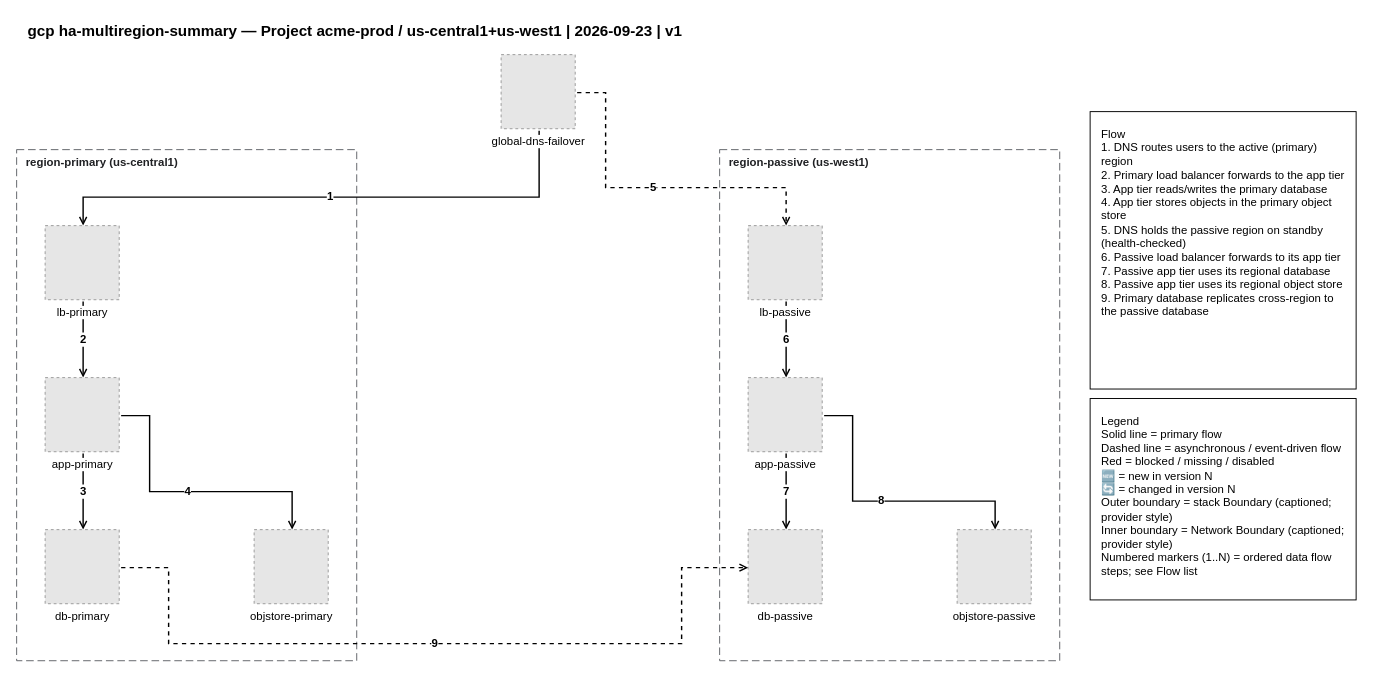
Earlier version of the draw.io diagram examples/gcp/02-gcp-ha-multiregion-summary.drawio (totoshko88/Cloud_Architecture). Source tidied: cells renumbered, new cells numbered last; positions are measured from the earlier drawing's top-left corner, leaving out a move shared by most shapes. Both pictures are drawn from the tidied source at 95%, with x=0, y=0 at pixel (16, 16). Pictures stored in the file or linked from it are replaced by grey dashed boxes.
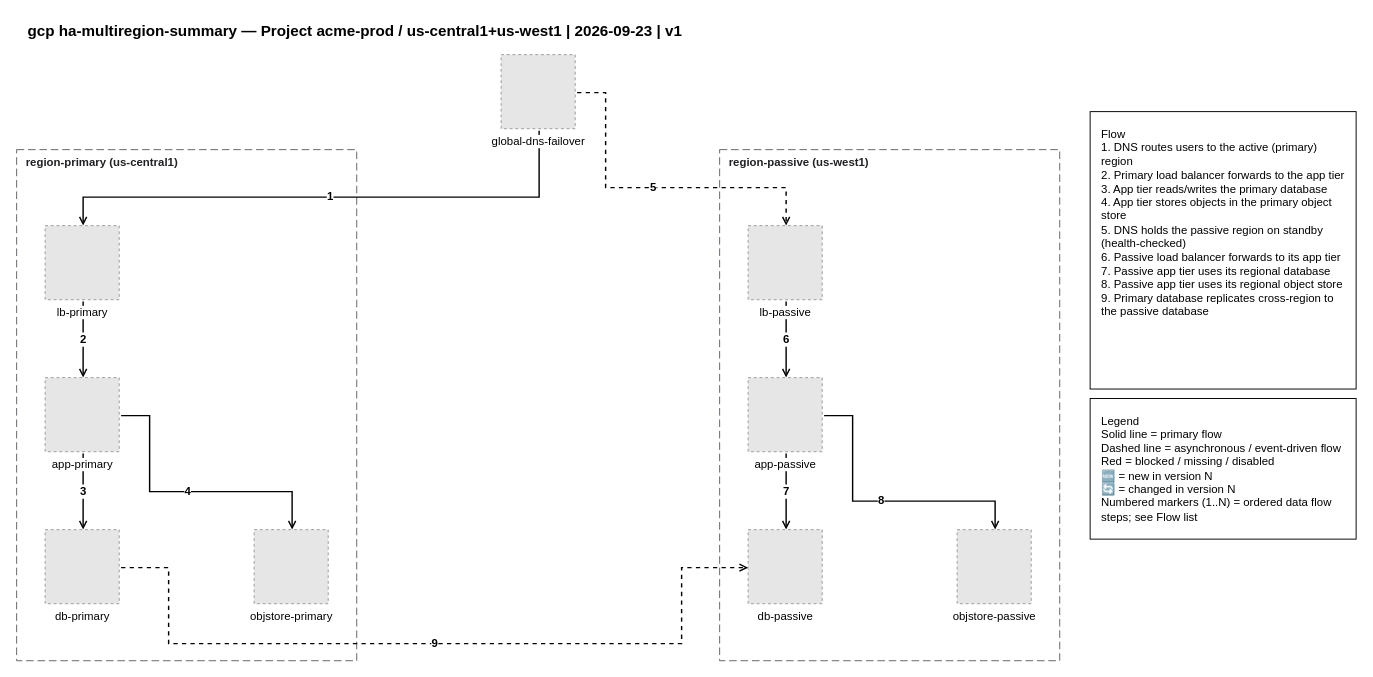
Above is the later version.

What changed in the source:
```diff
@@
-    <mxCell id="24" value="Legend&#10;Solid line = primary flow&#10;Dashed line = asynchronous / event-driven flow&#10;Red = blocked / missing / disabled&#10;🆕 = new in version N&#10;🔄 = changed in version N&#10;Outer boundary = stack Boundary (captioned; provider style)&#10;Inner boundary = Network Boundary (captioned; provider style)&#10;Numbered markers (1..N) = ordered data flow steps; see Flow list" style="text;html=1;align=left;verticalAlign=top;fontSize=12;whiteSpace=wrap;strokeColor=#000000;fillColor=#FFFFFF;spacingLeft=10;spacingRight=10;spacingTop=10;spacingBottom=10;" parent="1" vertex="1">
-      <mxGeometry x="1130" y="402" width="280" height="212" as="geometry" />
+    <mxCell id="24" value="Legend&#10;Solid line = primary flow&#10;Dashed line = asynchronous / event-driven flow&#10;Red = blocked / missing / disabled&#10;🆕 = new in version N&#10;🔄 = changed in version N&#10;Numbered markers (1..N) = ordered data flow steps; see Flow list" style="text;html=1;align=left;verticalAlign=top;fontSize=12;whiteSpace=wrap;strokeColor=#000000;fillColor=#FFFFFF;spacingLeft=10;spacingRight=10;spacingTop=10;spacingBottom=10;" parent="1" vertex="1">
+      <mxGeometry x="1130" y="402" width="280" height="148" as="geometry" />
     </mxCell>
```
